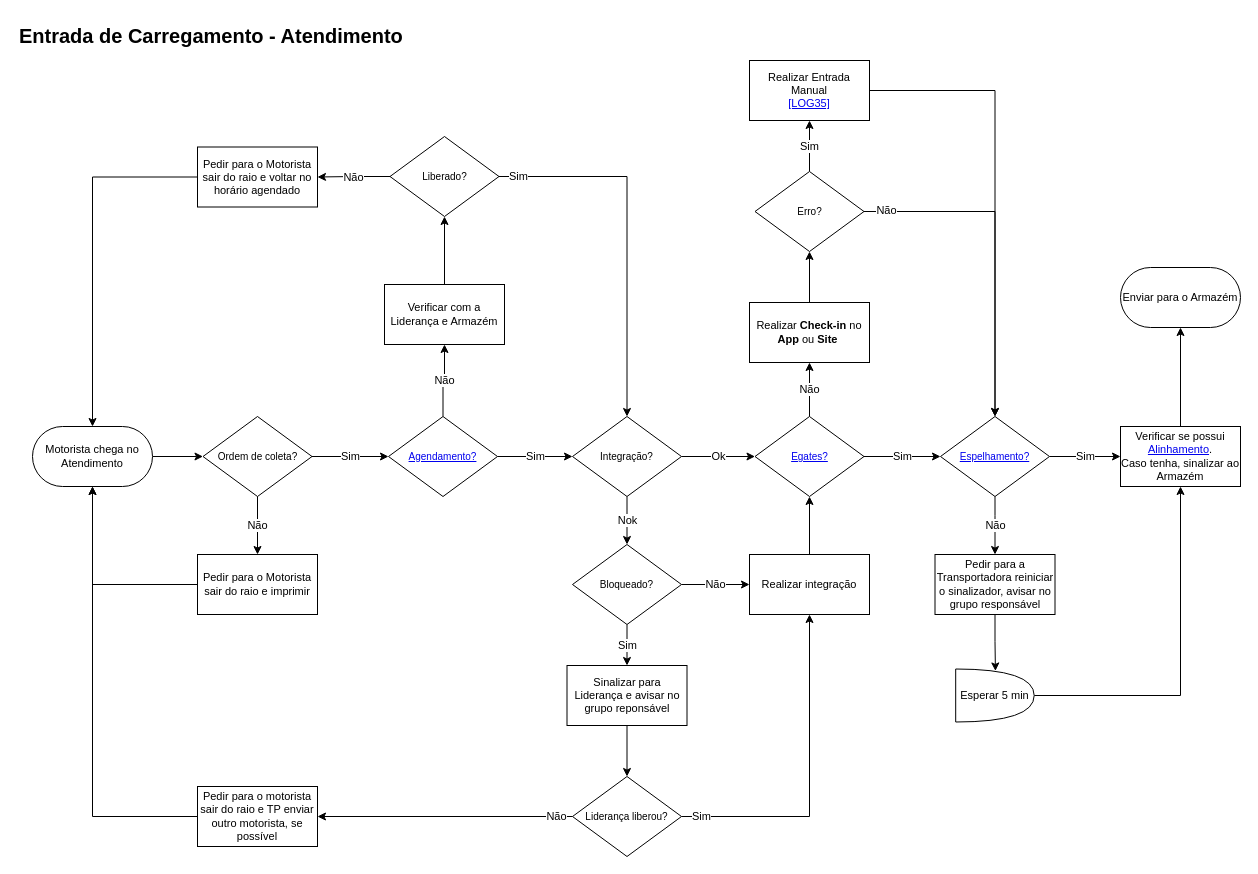
This is Carregamento.drawio from VictorAlvesMatias/fluxogramas, a draw.io file, before an edit. Source tidied: cells renumbered, new cells numbered last; positions are measured from the earlier drawing's top-left corner, leaving out a move shared by most shapes. Both pictures are drawn from the tidied source at 100%, with x=0, y=0 at pixel (17, 17).
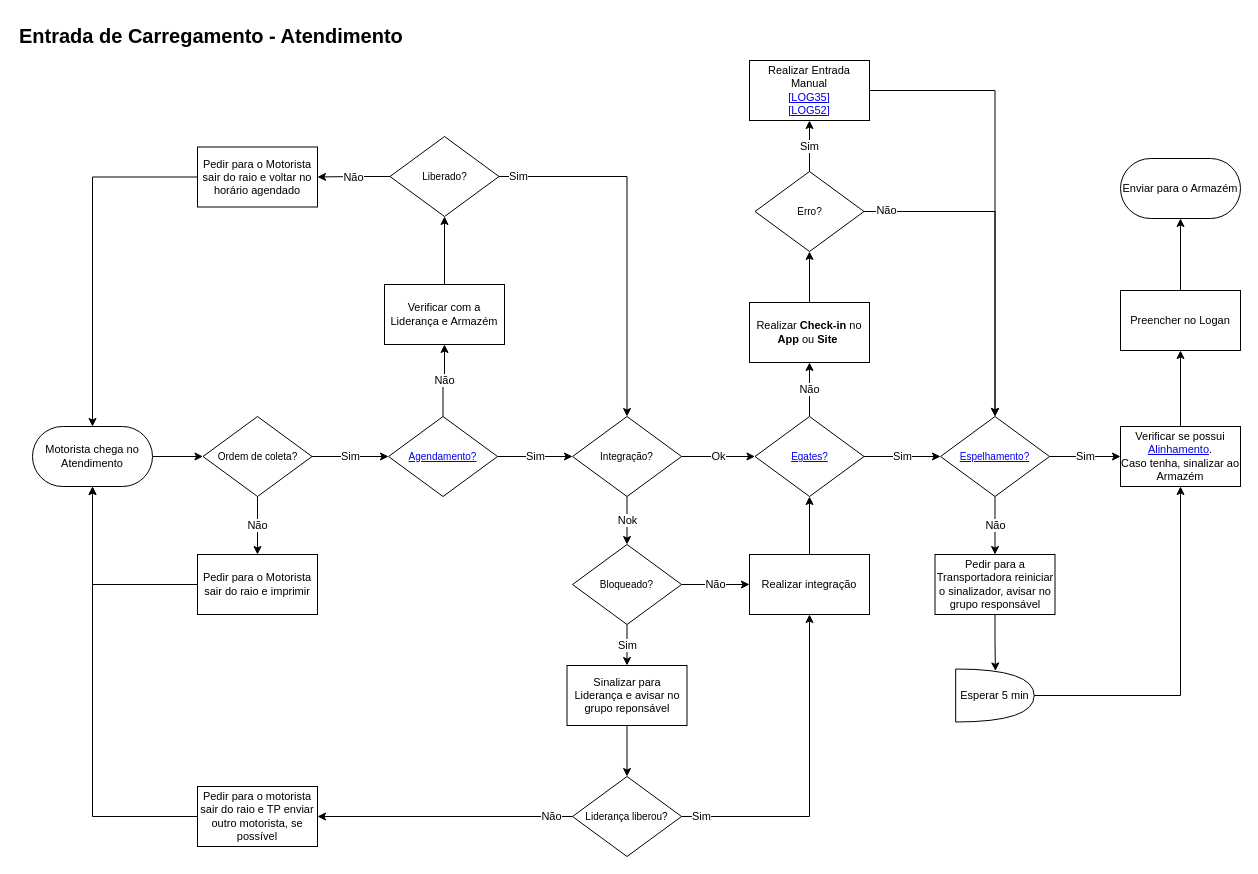
After the change.

The change refers to these unchanged cells:
```xml
<mxCell id="41" value="Verificar se possui &lt;a href=&quot;https://anheuserbuschinbev-my.sharepoint.com/:x:/r/personal/99821156_ambev_com_br/_layouts/15/doc2.aspx?sourcedoc=%7Bd540b165-c951-422d-8da9-9b79c941bcb3%7D&amp;amp;action=default&quot;&gt;Alinhamento&lt;/a&gt;.&lt;br&gt;Caso tenha, sinalizar ao Armazém" style="rounded=0;whiteSpace=wrap;html=1;fontSize=11;" parent="1" vertex="1">
  <mxGeometry x="1103" y="409" width="120" height="60" as="geometry" />
</mxCell>
```

Change to the diagram source:
```diff
@@
-    <mxCell id="29" value="Realizar Entrada Manual&lt;br&gt;&lt;a href=&quot;https://www.myworkday.com/abinbev/learning/course/d115937921451001034cfec96b960001?record=7cd7e49422c810011a0aaa4b39510000&amp;amp;type=9882927d138b100019b928e75843018d&quot;&gt;[LOG35]&lt;/a&gt;" style="rounded=0;whiteSpace=wrap;html=1;fontSize=11;" parent="1" vertex="1">
+    <mxCell id="29" value="Realizar Entrada Manual&lt;br&gt;&lt;a href=&quot;https://www.myworkday.com/abinbev/learning/course/d115937921451001034cfec96b960001?record=7cd7e49422c810011a0aaa4b39510000&amp;amp;type=9882927d138b100019b928e75843018d&quot;&gt;[LOG35]&lt;/a&gt;&lt;br&gt;&lt;a href=&quot;https://www.myworkday.com/abinbev/learning/course/fcd0fd75a26610010342241d6f330000/lesson/d997d903489a1001f470061e09f50002?record=5b787190088810004d4c2b44a86f0000&amp;amp;type=9882927d138b100019b928e75843018d&quot;&gt;[LOG52]&lt;/a&gt;" style="rounded=0;whiteSpace=wrap;html=1;fontSize=11;" parent="1" vertex="1">
       <mxGeometry x="732" y="43" width="120" height="60" as="geometry" />
     </mxCell>
@@
-    <mxCell id="40" style="edgeStyle=orthogonalEdgeStyle;rounded=0;jettySize=auto;html=1;strokeColor=default;align=center;verticalAlign=middle;fontFamily=Helvetica;fontSize=11;fontColor=default;labelBackgroundColor=default;endArrow=classic;" parent="1" edge="1" source="41" target="42">
+    <mxCell id="40" style="edgeStyle=orthogonalEdgeStyle;rounded=0;jettySize=auto;html=1;strokeColor=default;align=center;verticalAlign=middle;fontFamily=Helvetica;fontSize=11;fontColor=default;labelBackgroundColor=default;endArrow=classic;entryX=0.5;entryY=1;entryDx=0;entryDy=0;" parent="1" edge="1" source="41" target="61">
       <mxGeometry relative="1" as="geometry" />
     </mxCell>
@@
     <mxCell id="42" value="Enviar para o Armazém" style="rounded=1;whiteSpace=wrap;html=1;arcSize=50;fontSize=11;" parent="1" vertex="1">
-      <mxGeometry x="1103" y="250" width="120" height="60" as="geometry" />
+      <mxGeometry x="1103" y="141" width="120" height="60" as="geometry" />
     </mxCell>
@@
     <mxCell id="59" value="Não" style="text;html=1;align=center;verticalAlign=middle;whiteSpace=wrap;rounded=0;fontFamily=Helvetica;fontSize=11;fontColor=default;labelBackgroundColor=default;" parent="1" vertex="1">
-      <mxGeometry x="529" y="793.5" width="21" height="11" as="geometry" />
+      <mxGeometry x="524" y="793.5" width="21" height="11" as="geometry" />
     </mxCell>
+    <mxCell id="60" style="edgeStyle=orthogonalEdgeStyle;rounded=0;jettySize=auto;html=1;" parent="1" edge="1" source="61" target="42">
+      <mxGeometry relative="1" as="geometry" />
+    </mxCell>
+    <mxCell id="61" value="Preencher no Logan" style="rounded=0;whiteSpace=wrap;html=1;fontSize=11;" parent="1" vertex="1">
+      <mxGeometry x="1103" y="273" width="120" height="60" as="geometry" />
+    </mxCell>
```
